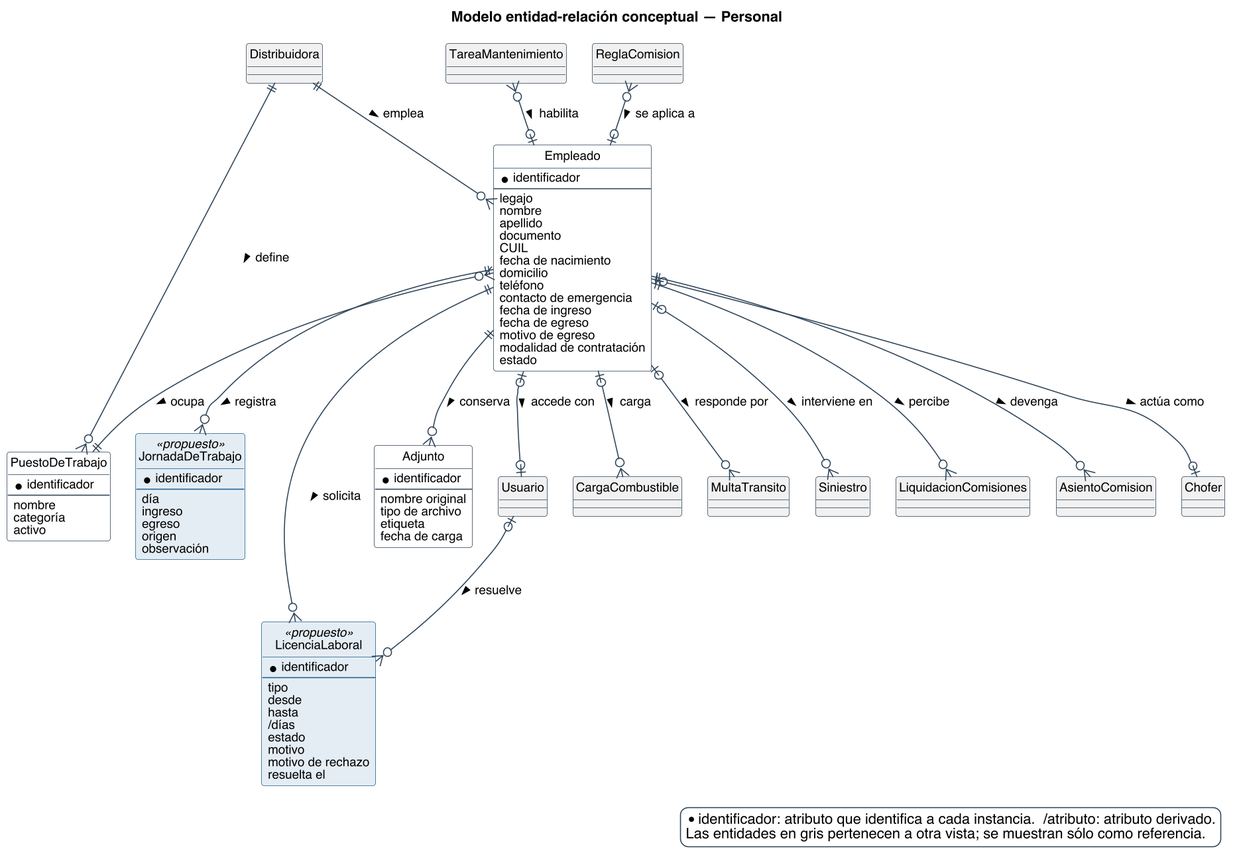
Before: diagramas/base-de-datos/conceptual/SPLG-der-06-personal.png, a diagram exported from PlantUML (Nahuelito-Dev/splg-docs).
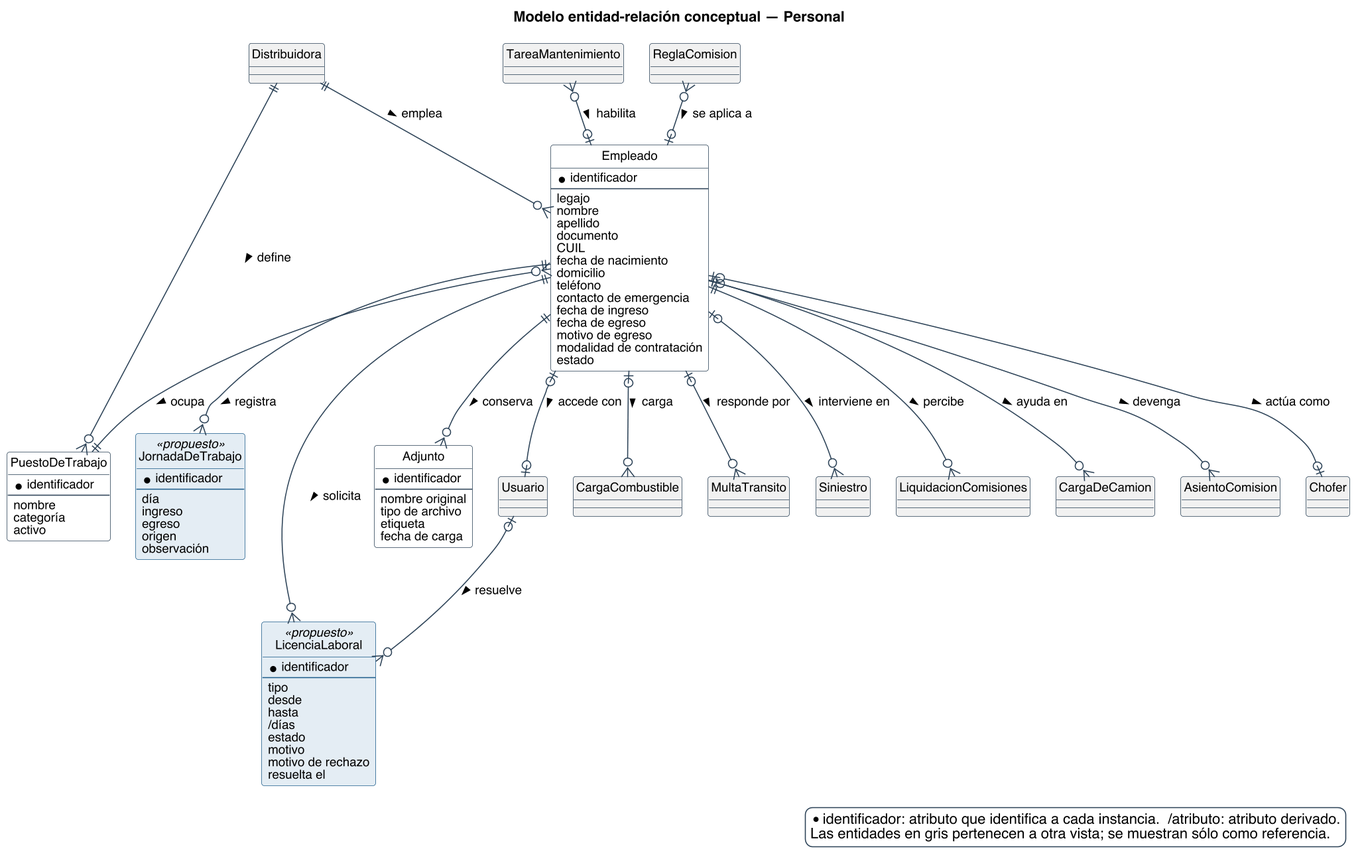
Above is the later version.

What changed in the source:
```diff
@@ -102,6 +102,8 @@
 }
 entity LiquidacionComisiones #F1F1F1 {
 }
+entity CargaDeCamion #F1F1F1 {
+}
 entity AsientoComision #F1F1F1 {
 }
 entity Chofer #F1F1F1 {
@@ -120,6 +122,7 @@
 Empleado |o--o{ MultaTransito : responde por >
 Empleado |o--o{ Siniestro : interviene en >
 Empleado ||--o{ LiquidacionComisiones : percibe >
+Empleado |o--o{ CargaDeCamion : ayuda en >
 Empleado ||--o{ AsientoComision : devenga >
 Empleado ||--o{ Adjunto : conserva >
 Empleado |o--o| Chofer : actúa como >
```
